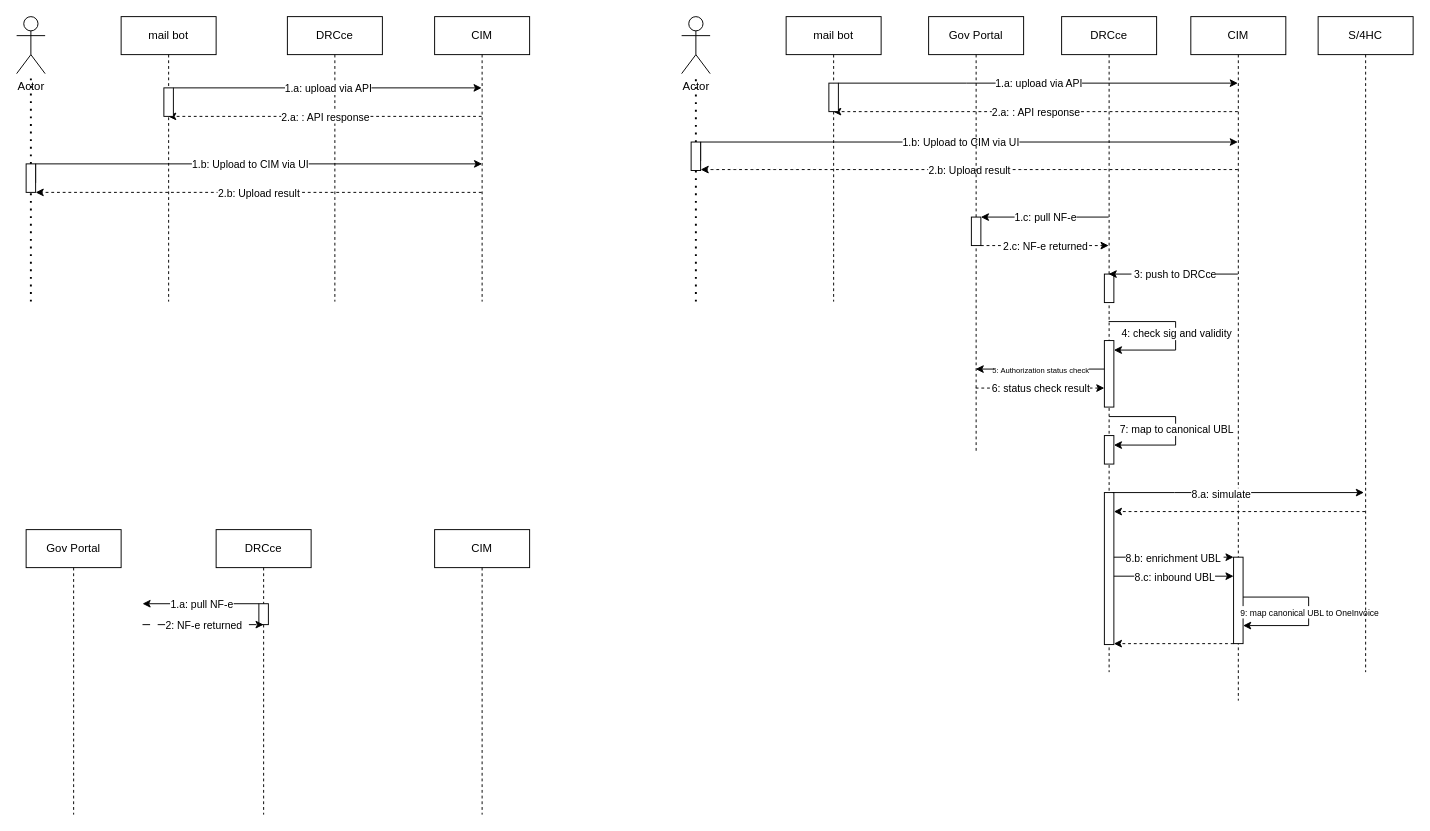
Above: NF-e receipt&mapping.drawio in mockfrank/archassign (draw.io), before the change. Source tidied: cells renumbered, new cells numbered last; positions are measured from the earlier drawing's top-left corner, leaving out a move shared by most shapes. Both pictures are drawn from the tidied source at 95%, with x=0, y=0 at pixel (16, 16).
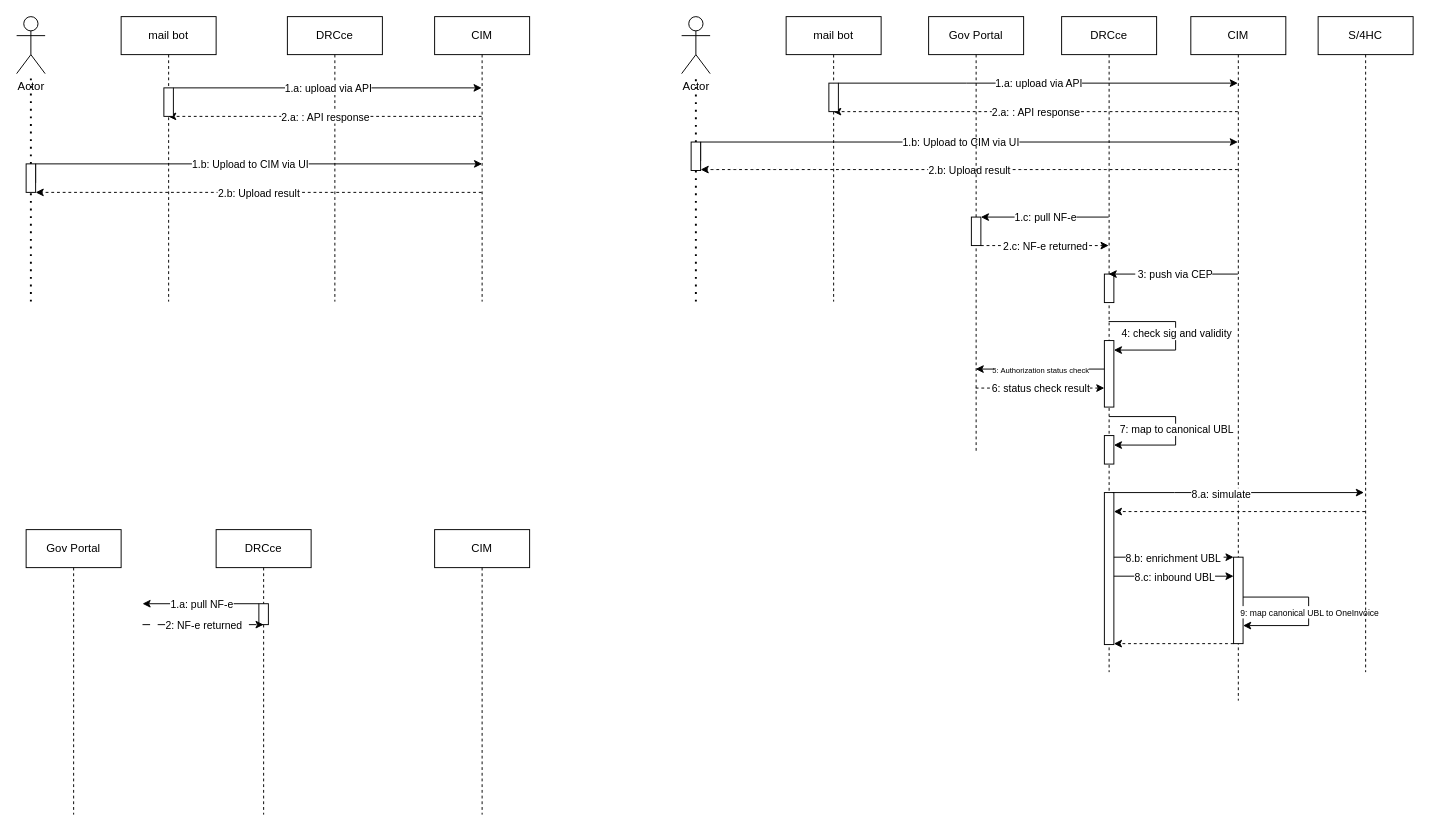
The same page after the edit.

The change refers to these unchanged cells:
```xml
<mxCell id="39" style="edgeStyle=elbowEdgeStyle;rounded=0;orthogonalLoop=1;jettySize=auto;html=1;elbow=horizontal;curved=0;" parent="1" edge="1">
  <mxGeometry relative="1" as="geometry">
    <mxPoint x="1285.5" y="271" as="sourcePoint" />
    <mxPoint x="1149.5" y="271" as="targetPoint" />
    <Array as="points">
      <mxPoint x="1220" y="271" />
    </Array>
  </mxGeometry>
</mxCell>
```

Diff of the diagram source:
```diff
@@
-    <mxCell id="40" value="&amp;nbsp;3: push to DRCce" style="edgeLabel;html=1;align=center;verticalAlign=middle;" parent="39" vertex="1">
+    <mxCell id="40" value="&amp;nbsp;3: push via CEP" style="edgeLabel;html=1;align=center;verticalAlign=middle;" parent="39" vertex="1">
       <mxGeometry relative="1" as="geometry" />
     </mxCell>
```
